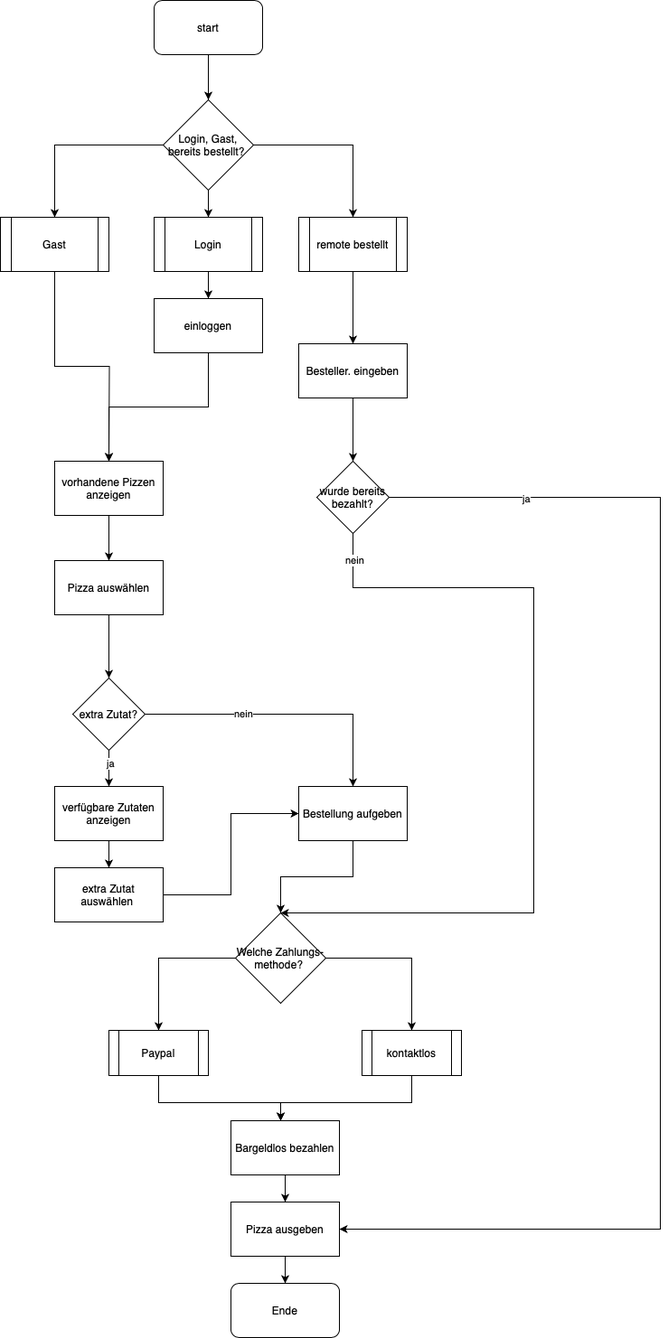
This is dicriscito_sara/Pizzaautomat.drawio.png from andreasweberd/2024_F2ab, a draw.io export, as it was before one commit. Source tidied: cells renumbered, new cells last; positions are measured from the earlier drawing's top-left corner, leaving out a move shared by most shapes. Source of this version:
```xml
<mxGraphModel>
  <root>
    <mxCell id="0" />
    <mxCell id="1" parent="0" />
    <mxCell id="2" style="edgeStyle=orthogonalEdgeStyle;rounded=0;jettySize=auto;html=1;" parent="1" edge="1" source="3" target="30">
      <mxGeometry relative="1" as="geometry" />
    </mxCell>
    <mxCell id="3" value="start" style="rounded=1;whiteSpace=wrap;html=1;" parent="1" vertex="1">
      <mxGeometry x="170" width="120" height="60" as="geometry" />
    </mxCell>
    <mxCell id="4" style="edgeStyle=orthogonalEdgeStyle;rounded=0;jettySize=auto;html=1;entryX=0.5;entryY=0;entryDx=0;entryDy=0;" parent="1" edge="1" source="5" target="42">
      <mxGeometry relative="1" as="geometry" />
    </mxCell>
    <mxCell id="5" value="vorhandene Pizzen anzeigen" style="rounded=0;whiteSpace=wrap;html=1;" parent="1" vertex="1">
      <mxGeometry x="60" y="510" width="120" height="60" as="geometry" />
    </mxCell>
    <mxCell id="6" style="edgeStyle=orthogonalEdgeStyle;rounded=0;jettySize=auto;html=1;" parent="1" edge="1" source="10" target="12">
      <mxGeometry relative="1" as="geometry" />
    </mxCell>
    <mxCell id="7" value="ja" style="edgeLabel;html=1;align=center;verticalAlign=middle;" parent="6" vertex="1">
      <mxGeometry x="-0.3" y="1" relative="1" as="geometry" />
    </mxCell>
    <mxCell id="8" style="edgeStyle=orthogonalEdgeStyle;rounded=0;jettySize=auto;html=1;" parent="1" edge="1" source="10" target="14">
      <mxGeometry relative="1" as="geometry" />
    </mxCell>
    <mxCell id="9" value="nein" style="edgeLabel;html=1;align=center;verticalAlign=middle;" parent="8" vertex="1">
      <mxGeometry x="-0.3" y="1" relative="1" as="geometry" />
    </mxCell>
    <mxCell id="10" value="extra Zutat?" style="rhombus;whiteSpace=wrap;html=1;" parent="1" vertex="1">
      <mxGeometry x="80" y="750" width="80" height="80" as="geometry" />
    </mxCell>
    <mxCell id="11" style="edgeStyle=orthogonalEdgeStyle;rounded=0;jettySize=auto;html=1;" parent="1" edge="1" source="12" target="49">
      <mxGeometry relative="1" as="geometry" />
    </mxCell>
    <mxCell id="12" value="verfügbare Zutaten anzeigen" style="rounded=0;whiteSpace=wrap;html=1;" parent="1" vertex="1">
      <mxGeometry x="60" y="870" width="120" height="60" as="geometry" />
    </mxCell>
    <mxCell id="13" style="edgeStyle=orthogonalEdgeStyle;rounded=0;jettySize=auto;html=1;" parent="1" edge="1" source="14" target="22">
      <mxGeometry relative="1" as="geometry" />
    </mxCell>
    <mxCell id="14" value="Bestellung aufgeben" style="whiteSpace=wrap;html=1;" parent="1" vertex="1">
      <mxGeometry x="330" y="870" width="120" height="60" as="geometry" />
    </mxCell>
    <mxCell id="15" style="edgeStyle=orthogonalEdgeStyle;rounded=0;jettySize=auto;html=1;" parent="1" edge="1" source="16" target="18">
      <mxGeometry relative="1" as="geometry" />
    </mxCell>
    <mxCell id="16" value="Bargeldlos bezahlen" style="whiteSpace=wrap;html=1;" parent="1" vertex="1">
      <mxGeometry x="255" y="1240" width="120" height="60" as="geometry" />
    </mxCell>
    <mxCell id="17" style="edgeStyle=orthogonalEdgeStyle;rounded=0;jettySize=auto;html=1;" parent="1" edge="1" source="18" target="19">
      <mxGeometry relative="1" as="geometry" />
    </mxCell>
    <mxCell id="18" value="Pizza ausgeben" style="whiteSpace=wrap;html=1;" parent="1" vertex="1">
      <mxGeometry x="255" y="1330" width="120" height="60" as="geometry" />
    </mxCell>
    <mxCell id="19" value="Ende" style="rounded=1;whiteSpace=wrap;html=1;" parent="1" vertex="1">
      <mxGeometry x="255" y="1420" width="120" height="60" as="geometry" />
    </mxCell>
    <mxCell id="20" style="edgeStyle=orthogonalEdgeStyle;rounded=0;jettySize=auto;html=1;" parent="1" edge="1" source="22" target="24">
      <mxGeometry relative="1" as="geometry" />
    </mxCell>
    <mxCell id="21" style="edgeStyle=orthogonalEdgeStyle;rounded=0;jettySize=auto;html=1;" parent="1" edge="1" source="22" target="26">
      <mxGeometry relative="1" as="geometry" />
    </mxCell>
    <mxCell id="22" value="Welche Zahlungs-methode?&amp;nbsp;" style="rhombus;whiteSpace=wrap;html=1;" parent="1" vertex="1">
      <mxGeometry x="260" y="1010" width="100" height="100" as="geometry" />
    </mxCell>
    <mxCell id="23" style="edgeStyle=orthogonalEdgeStyle;rounded=0;jettySize=auto;html=1;" parent="1" edge="1" source="24" target="16">
      <mxGeometry relative="1" as="geometry">
        <Array as="points">
          <mxPoint x="175" y="1220" />
          <mxPoint x="310" y="1220" />
        </Array>
      </mxGeometry>
    </mxCell>
    <mxCell id="24" value="Paypal" style="shape=process;whiteSpace=wrap;html=1;backgroundOutline=1;" parent="1" vertex="1">
      <mxGeometry x="120" y="1140" width="110" height="50" as="geometry" />
    </mxCell>
    <mxCell id="25" style="edgeStyle=orthogonalEdgeStyle;rounded=0;jettySize=auto;html=1;" parent="1" edge="1" source="26" target="16">
      <mxGeometry relative="1" as="geometry">
        <Array as="points">
          <mxPoint x="455" y="1220" />
          <mxPoint x="310" y="1220" />
        </Array>
      </mxGeometry>
    </mxCell>
    <mxCell id="26" value="kontaktlos" style="shape=process;whiteSpace=wrap;html=1;backgroundOutline=1;" parent="1" vertex="1">
      <mxGeometry x="400" y="1140" width="110" height="50" as="geometry" />
    </mxCell>
    <mxCell id="27" style="edgeStyle=orthogonalEdgeStyle;rounded=0;jettySize=auto;html=1;entryX=0.5;entryY=0;entryDx=0;entryDy=0;" parent="1" edge="1" source="30" target="34">
      <mxGeometry relative="1" as="geometry" />
    </mxCell>
    <mxCell id="28" style="edgeStyle=orthogonalEdgeStyle;rounded=0;jettySize=auto;html=1;" parent="1" edge="1" source="30" target="32">
      <mxGeometry relative="1" as="geometry" />
    </mxCell>
    <mxCell id="29" style="edgeStyle=orthogonalEdgeStyle;rounded=0;jettySize=auto;html=1;" parent="1" edge="1" source="30" target="36">
      <mxGeometry relative="1" as="geometry" />
    </mxCell>
    <mxCell id="30" value="Login, Gast, bereits bestellt?&amp;nbsp;" style="rhombus;whiteSpace=wrap;html=1;" parent="1" vertex="1">
      <mxGeometry x="180" y="110" width="100" height="100" as="geometry" />
    </mxCell>
    <mxCell id="31" style="edgeStyle=orthogonalEdgeStyle;rounded=0;jettySize=auto;html=1;" parent="1" edge="1" source="32" target="38">
      <mxGeometry relative="1" as="geometry" />
    </mxCell>
    <mxCell id="32" value="Login" style="shape=process;whiteSpace=wrap;html=1;backgroundOutline=1;" parent="1" vertex="1">
      <mxGeometry x="170" y="240" width="120" height="60" as="geometry" />
    </mxCell>
    <mxCell id="33" style="edgeStyle=orthogonalEdgeStyle;rounded=0;jettySize=auto;html=1;" parent="1" edge="1" source="34">
      <mxGeometry relative="1" as="geometry">
        <mxPoint x="120" y="510" as="targetPoint" />
      </mxGeometry>
    </mxCell>
    <mxCell id="34" value="Gast" style="shape=process;whiteSpace=wrap;html=1;backgroundOutline=1;" parent="1" vertex="1">
      <mxGeometry y="240" width="120" height="60" as="geometry" />
    </mxCell>
    <mxCell id="35" style="edgeStyle=orthogonalEdgeStyle;rounded=0;jettySize=auto;html=1;" parent="1" edge="1" source="36" target="40">
      <mxGeometry relative="1" as="geometry" />
    </mxCell>
    <mxCell id="36" value="remote bestellt" style="shape=process;whiteSpace=wrap;html=1;backgroundOutline=1;" parent="1" vertex="1">
      <mxGeometry x="330" y="240" width="120" height="60" as="geometry" />
    </mxCell>
    <mxCell id="37" style="edgeStyle=orthogonalEdgeStyle;rounded=0;jettySize=auto;html=1;" parent="1" edge="1" source="38" target="5">
      <mxGeometry relative="1" as="geometry" />
    </mxCell>
    <mxCell id="38" value="einloggen" style="whiteSpace=wrap;html=1;" parent="1" vertex="1">
      <mxGeometry x="170" y="330" width="120" height="60" as="geometry" />
    </mxCell>
    <mxCell id="39" style="edgeStyle=orthogonalEdgeStyle;rounded=0;jettySize=auto;html=1;" parent="1" edge="1" source="40" target="47">
      <mxGeometry relative="1" as="geometry" />
    </mxCell>
    <mxCell id="40" value="Besteller. eingeben" style="whiteSpace=wrap;html=1;" parent="1" vertex="1">
      <mxGeometry x="330" y="380" width="120" height="60" as="geometry" />
    </mxCell>
    <mxCell id="41" style="edgeStyle=orthogonalEdgeStyle;rounded=0;jettySize=auto;html=1;" parent="1" edge="1" source="42" target="10">
      <mxGeometry relative="1" as="geometry" />
    </mxCell>
    <mxCell id="42" value="Pizza auswählen" style="rounded=0;whiteSpace=wrap;html=1;" parent="1" vertex="1">
      <mxGeometry x="60" y="620" width="120" height="60" as="geometry" />
    </mxCell>
    <mxCell id="43" style="edgeStyle=orthogonalEdgeStyle;rounded=0;jettySize=auto;html=1;entryX=1;entryY=0.5;entryDx=0;entryDy=0;" parent="1" edge="1" source="47" target="18">
      <mxGeometry relative="1" as="geometry">
        <Array as="points">
          <mxPoint x="730" y="550" />
          <mxPoint x="730" y="1360" />
        </Array>
      </mxGeometry>
    </mxCell>
    <mxCell id="44" value="ja" style="edgeLabel;html=1;align=center;verticalAlign=middle;" parent="43" vertex="1">
      <mxGeometry x="-0.79" y="-1" relative="1" as="geometry" />
    </mxCell>
    <mxCell id="45" style="edgeStyle=orthogonalEdgeStyle;rounded=0;jettySize=auto;html=1;entryX=0.5;entryY=0;entryDx=0;entryDy=0;" parent="1" edge="1" source="47" target="22">
      <mxGeometry relative="1" as="geometry">
        <Array as="points">
          <mxPoint x="390" y="650" />
          <mxPoint x="590" y="650" />
          <mxPoint x="590" y="1010" />
        </Array>
      </mxGeometry>
    </mxCell>
    <mxCell id="46" value="nein" style="edgeLabel;html=1;align=center;verticalAlign=middle;" parent="45" vertex="1">
      <mxGeometry x="-0.94" y="1" relative="1" as="geometry" />
    </mxCell>
    <mxCell id="47" value="wurde bereits bezahlt?" style="rhombus;whiteSpace=wrap;html=1;" parent="1" vertex="1">
      <mxGeometry x="350" y="510" width="80" height="80" as="geometry" />
    </mxCell>
    <mxCell id="48" style="edgeStyle=orthogonalEdgeStyle;rounded=0;jettySize=auto;html=1;entryX=0;entryY=0.5;entryDx=0;entryDy=0;" parent="1" edge="1" source="49" target="14">
      <mxGeometry relative="1" as="geometry" />
    </mxCell>
    <mxCell id="49" value="extra Zutat auswählen&amp;nbsp;" style="whiteSpace=wrap;html=1;rounded=0;" parent="1" vertex="1">
      <mxGeometry x="60" y="960" width="120" height="60" as="geometry" />
    </mxCell>
  </root>
</mxGraphModel>
```
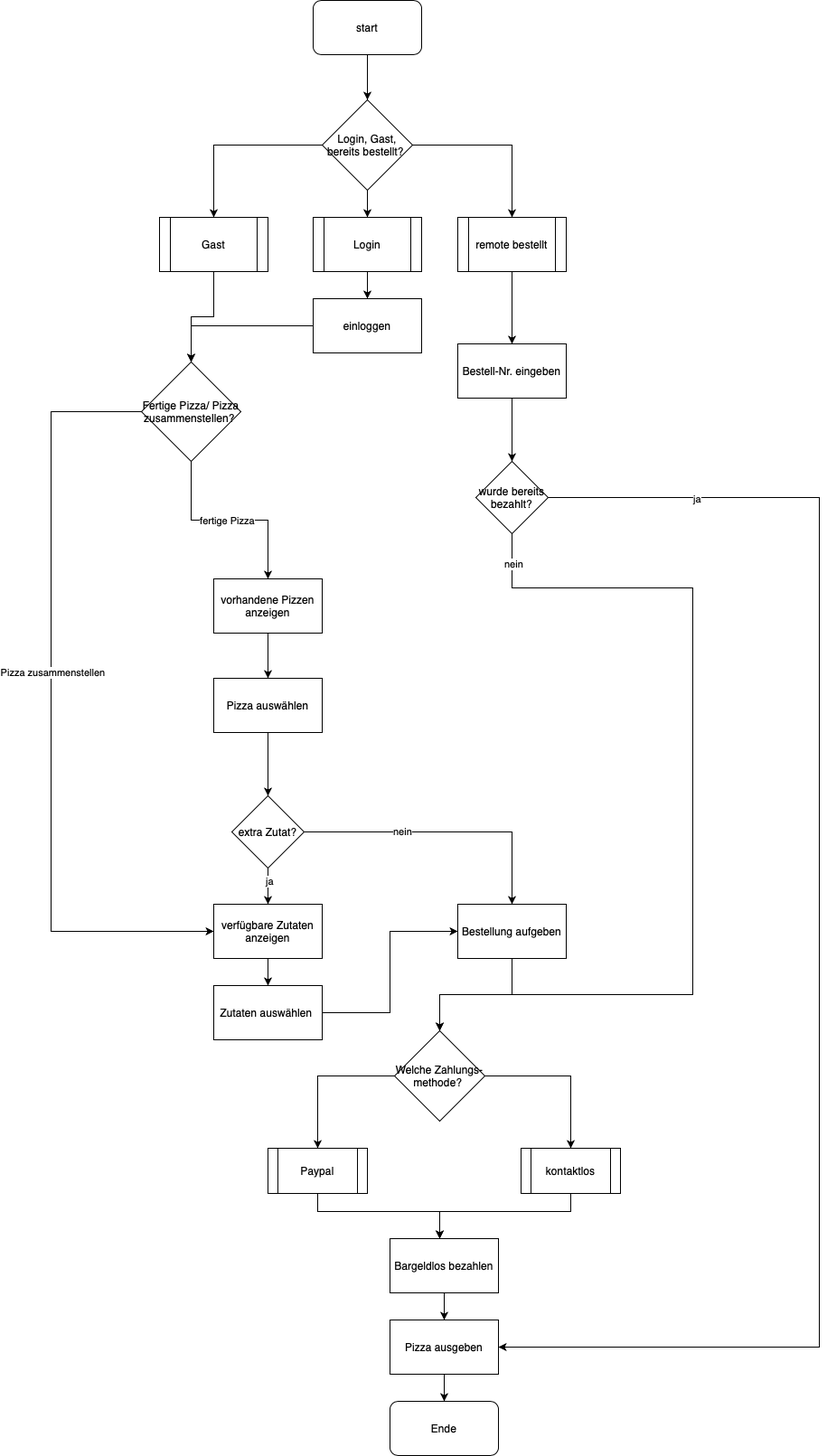
Above is the later version.

Commit message:
PAP_Verbesserung

What changed in the source:
```diff
@@ -6,7 +6,7 @@
       <mxGeometry relative="1" as="geometry" />
     </mxCell>
     <mxCell id="3" value="start" style="rounded=1;whiteSpace=wrap;html=1;" parent="1" vertex="1">
-      <mxGeometry x="170" width="120" height="60" as="geometry" />
+      <mxGeometry x="170" y="-130" width="120" height="60" as="geometry" />
     </mxCell>
     <mxCell id="4" style="edgeStyle=orthogonalEdgeStyle;rounded=0;jettySize=auto;html=1;entryX=0.5;entryY=0;entryDx=0;entryDy=0;" parent="1" edge="1" source="5" target="42">
       <mxGeometry relative="1" as="geometry" />
@@ -68,8 +68,8 @@
     <mxCell id="23" style="edgeStyle=orthogonalEdgeStyle;rounded=0;jettySize=auto;html=1;" parent="1" edge="1" source="24" target="16">
       <mxGeometry relative="1" as="geometry">
         <Array as="points">
-          <mxPoint x="175" y="1220" />
-          <mxPoint x="310" y="1220" />
+          <mxPoint x="175" y="1210" />
+          <mxPoint x="310" y="1210" />
         </Array>
       </mxGeometry>
     </mxCell>
@@ -79,8 +79,8 @@
     <mxCell id="25" style="edgeStyle=orthogonalEdgeStyle;rounded=0;jettySize=auto;html=1;" parent="1" edge="1" source="26" target="16">
       <mxGeometry relative="1" as="geometry">
         <Array as="points">
-          <mxPoint x="455" y="1220" />
-          <mxPoint x="310" y="1220" />
+          <mxPoint x="455" y="1210" />
+          <mxPoint x="310" y="1210" />
         </Array>
       </mxGeometry>
     </mxCell>
@@ -97,39 +97,37 @@
       <mxGeometry relative="1" as="geometry" />
     </mxCell>
     <mxCell id="30" value="Login, Gast, bereits bestellt?&amp;nbsp;" style="rhombus;whiteSpace=wrap;html=1;" parent="1" vertex="1">
-      <mxGeometry x="180" y="110" width="100" height="100" as="geometry" />
+      <mxGeometry x="180" y="-20" width="100" height="100" as="geometry" />
     </mxCell>
     <mxCell id="31" style="edgeStyle=orthogonalEdgeStyle;rounded=0;jettySize=auto;html=1;" parent="1" edge="1" source="32" target="38">
       <mxGeometry relative="1" as="geometry" />
     </mxCell>
     <mxCell id="32" value="Login" style="shape=process;whiteSpace=wrap;html=1;backgroundOutline=1;" parent="1" vertex="1">
-      <mxGeometry x="170" y="240" width="120" height="60" as="geometry" />
+      <mxGeometry x="170" y="110" width="120" height="60" as="geometry" />
     </mxCell>
-    <mxCell id="33" style="edgeStyle=orthogonalEdgeStyle;rounded=0;jettySize=auto;html=1;" parent="1" edge="1" source="34">
-      <mxGeometry relative="1" as="geometry">
-        <mxPoint x="120" y="510" as="targetPoint" />
-      </mxGeometry>
-    </mxCell>
+    <mxCell id="50" style="edgeStyle=orthogonalEdgeStyle;rounded=0;jettySize=auto;html=1;entryX=0.5;entryY=0;entryDx=0;entryDy=0;" parent="1" edge="1" source="34" target="56">
+      <mxGeometry relative="1" as="geometry" />
+    </mxCell>
     <mxCell id="34" value="Gast" style="shape=process;whiteSpace=wrap;html=1;backgroundOutline=1;" parent="1" vertex="1">
-      <mxGeometry y="240" width="120" height="60" as="geometry" />
+      <mxGeometry y="110" width="120" height="60" as="geometry" />
     </mxCell>
     <mxCell id="35" style="edgeStyle=orthogonalEdgeStyle;rounded=0;jettySize=auto;html=1;" parent="1" edge="1" source="36" target="40">
       <mxGeometry relative="1" as="geometry" />
     </mxCell>
     <mxCell id="36" value="remote bestellt" style="shape=process;whiteSpace=wrap;html=1;backgroundOutline=1;" parent="1" vertex="1">
-      <mxGeometry x="330" y="240" width="120" height="60" as="geometry" />
+      <mxGeometry x="330" y="110" width="120" height="60" as="geometry" />
     </mxCell>
-    <mxCell id="37" style="edgeStyle=orthogonalEdgeStyle;rounded=0;jettySize=auto;html=1;" parent="1" edge="1" source="38" target="5">
-      <mxGeometry relative="1" as="geometry" />
-    </mxCell>
+    <mxCell id="51" style="edgeStyle=orthogonalEdgeStyle;rounded=0;jettySize=auto;html=1;entryX=0.5;entryY=0;entryDx=0;entryDy=0;" parent="1" edge="1" source="38" target="56">
+      <mxGeometry relative="1" as="geometry" />
+    </mxCell>
     <mxCell id="38" value="einloggen" style="whiteSpace=wrap;html=1;" parent="1" vertex="1">
-      <mxGeometry x="170" y="330" width="120" height="60" as="geometry" />
+      <mxGeometry x="170" y="200" width="120" height="60" as="geometry" />
     </mxCell>
     <mxCell id="39" style="edgeStyle=orthogonalEdgeStyle;rounded=0;jettySize=auto;html=1;" parent="1" edge="1" source="40" target="47">
       <mxGeometry relative="1" as="geometry" />
     </mxCell>
-    <mxCell id="40" value="Besteller. eingeben" style="whiteSpace=wrap;html=1;" parent="1" vertex="1">
-      <mxGeometry x="330" y="380" width="120" height="60" as="geometry" />
+    <mxCell id="40" value="Bestell-Nr. eingeben" style="whiteSpace=wrap;html=1;" parent="1" vertex="1">
+      <mxGeometry x="330" y="250" width="120" height="60" as="geometry" />
     </mxCell>
     <mxCell id="41" style="edgeStyle=orthogonalEdgeStyle;rounded=0;jettySize=auto;html=1;" parent="1" edge="1" source="42" target="10">
       <mxGeometry relative="1" as="geometry" />
@@ -140,7 +138,7 @@
     <mxCell id="43" style="edgeStyle=orthogonalEdgeStyle;rounded=0;jettySize=auto;html=1;entryX=1;entryY=0.5;entryDx=0;entryDy=0;" parent="1" edge="1" source="47" target="18">
       <mxGeometry relative="1" as="geometry">
         <Array as="points">
-          <mxPoint x="730" y="550" />
+          <mxPoint x="730" y="420" />
           <mxPoint x="730" y="1360" />
         </Array>
       </mxGeometry>
@@ -151,9 +149,10 @@
     <mxCell id="45" style="edgeStyle=orthogonalEdgeStyle;rounded=0;jettySize=auto;html=1;entryX=0.5;entryY=0;entryDx=0;entryDy=0;" parent="1" edge="1" source="47" target="22">
       <mxGeometry relative="1" as="geometry">
         <Array as="points">
-          <mxPoint x="390" y="650" />
-          <mxPoint x="590" y="650" />
-          <mxPoint x="590" y="1010" />
+          <mxPoint x="390" y="520" />
+          <mxPoint x="590" y="520" />
+          <mxPoint x="590" y="970" />
+          <mxPoint x="310" y="970" />
         </Array>
       </mxGeometry>
     </mxCell>
@@ -161,13 +160,38 @@
       <mxGeometry x="-0.94" y="1" relative="1" as="geometry" />
     </mxCell>
     <mxCell id="47" value="wurde bereits bezahlt?" style="rhombus;whiteSpace=wrap;html=1;" parent="1" vertex="1">
-      <mxGeometry x="350" y="510" width="80" height="80" as="geometry" />
+      <mxGeometry x="350" y="380" width="80" height="80" as="geometry" />
     </mxCell>
     <mxCell id="48" style="edgeStyle=orthogonalEdgeStyle;rounded=0;jettySize=auto;html=1;entryX=0;entryY=0.5;entryDx=0;entryDy=0;" parent="1" edge="1" source="49" target="14">
       <mxGeometry relative="1" as="geometry" />
     </mxCell>
-    <mxCell id="49" value="extra Zutat auswählen&amp;nbsp;" style="whiteSpace=wrap;html=1;rounded=0;" parent="1" vertex="1">
+    <mxCell id="49" value="Zutaten auswählen&amp;nbsp;" style="whiteSpace=wrap;html=1;rounded=0;" parent="1" vertex="1">
       <mxGeometry x="60" y="960" width="120" height="60" as="geometry" />
     </mxCell>
+    <mxCell id="52" style="edgeStyle=orthogonalEdgeStyle;rounded=0;jettySize=auto;html=1;entryX=0.5;entryY=0;entryDx=0;entryDy=0;" parent="1" edge="1" source="56" target="5">
+      <mxGeometry relative="1" as="geometry">
+        <Array as="points">
+          <mxPoint x="35" y="445" />
+          <mxPoint x="120" y="445" />
+        </Array>
+      </mxGeometry>
+    </mxCell>
+    <mxCell id="53" value="fertige Pizza" style="edgeLabel;html=1;align=center;verticalAlign=middle;" parent="52" vertex="1">
+      <mxGeometry x="-0.03" relative="1" as="geometry" />
+    </mxCell>
+    <mxCell id="54" style="edgeStyle=orthogonalEdgeStyle;rounded=0;jettySize=auto;html=1;entryX=0;entryY=0.5;entryDx=0;entryDy=0;" parent="1" edge="1" source="56" target="12">
+      <mxGeometry relative="1" as="geometry">
+        <Array as="points">
+          <mxPoint x="-120" y="325" />
+          <mxPoint x="-120" y="900" />
+        </Array>
+      </mxGeometry>
+    </mxCell>
+    <mxCell id="55" value="Pizza zusammenstellen" style="edgeLabel;html=1;align=center;verticalAlign=middle;" parent="54" vertex="1">
+      <mxGeometry x="-0.09" y="1" relative="1" as="geometry" />
+    </mxCell>
+    <mxCell id="56" value="Fertige Pizza/ Pizza zusammenstellen?&amp;nbsp;" style="rhombus;whiteSpace=wrap;html=1;" parent="1" vertex="1">
+      <mxGeometry x="-20" y="270" width="110" height="110" as="geometry" />
+    </mxCell>
   </root>
 </mxGraphModel>
```
